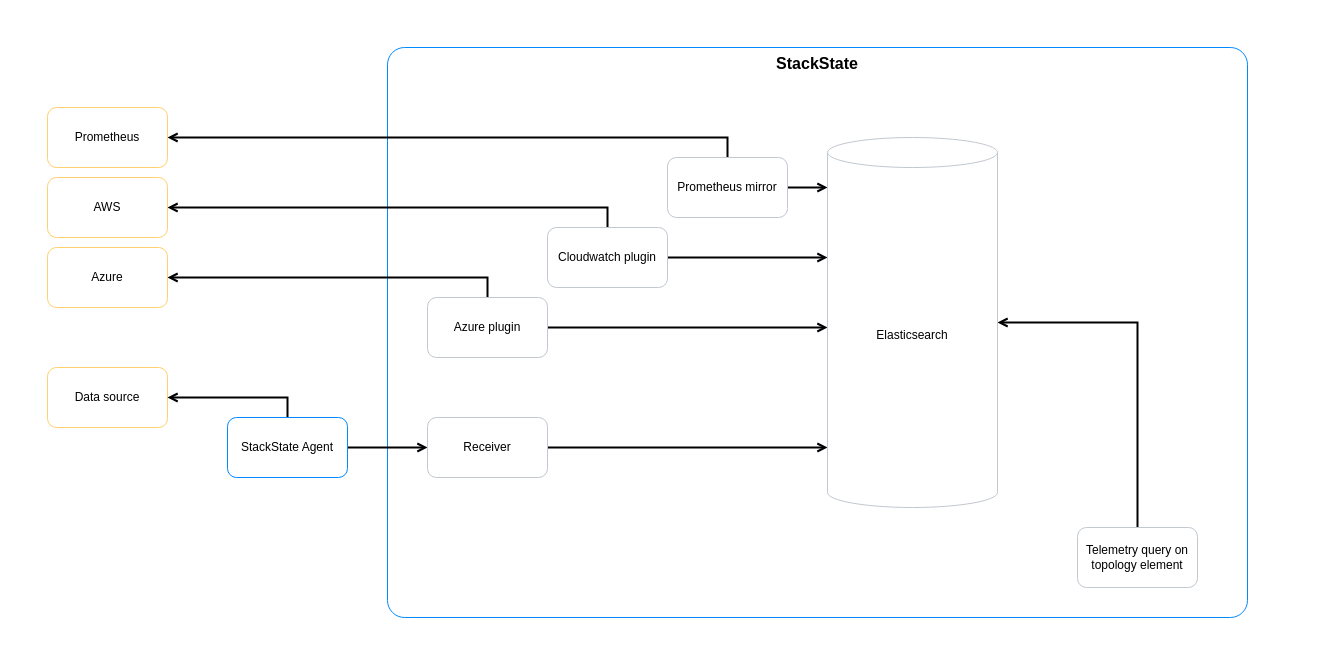
StackVista/stackstate-docs keeps this draw.io diagram as resources/drawio/telemetry-sync.drawio. Above is the earlier version. Source tidied: cells renumbered, new cells numbered last; positions are measured from the earlier drawing's top-left corner, leaving out a move shared by most shapes. Both pictures are drawn from the tidied source at 100%, with x=0, y=0 at pixel (17, 17).
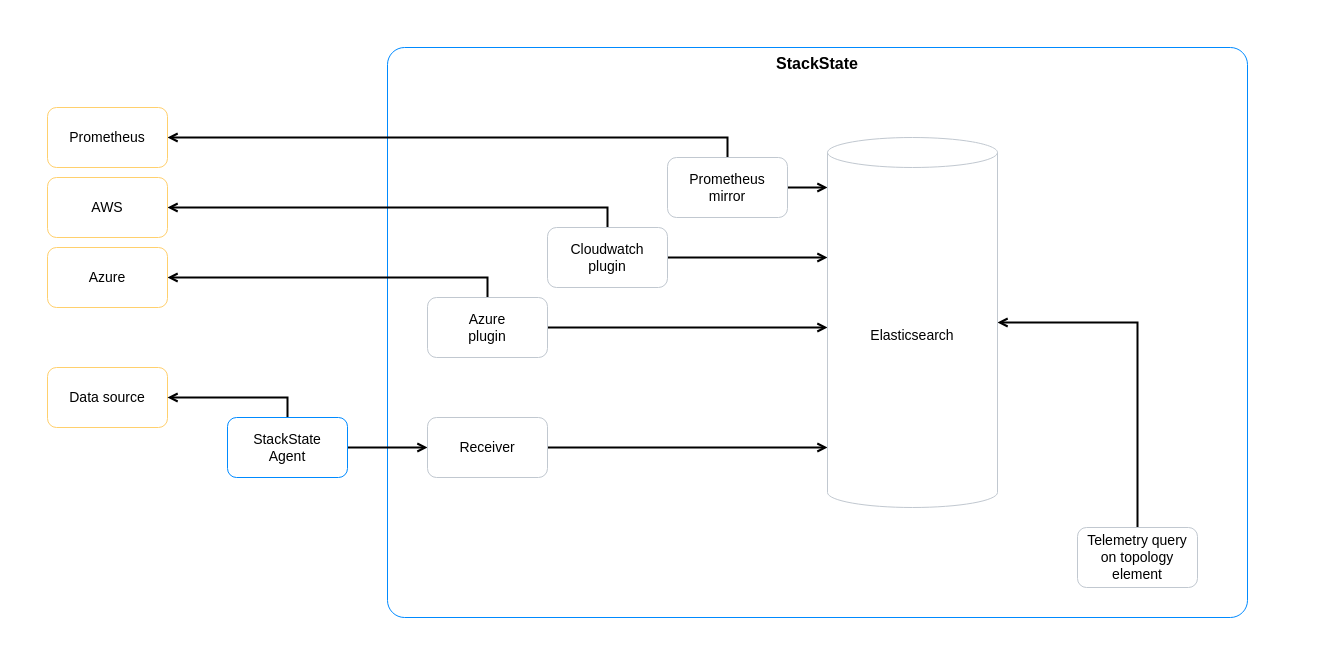
The same diagram, later.

Diff of the diagram source:
```diff
@@
-    <mxCell id="5" value="Telemetry query on topology element" style="rounded=1;whiteSpace=wrap;html=1;strokeColor=#C1C8D0;strokeWidth=1;" parent="1" vertex="1">
+    <mxCell id="5" value="Telemetry query on topology element" style="rounded=1;whiteSpace=wrap;html=1;strokeColor=#C1C8D0;strokeWidth=1;fontSize=14;" parent="1" vertex="1">
       <mxGeometry x="1060" y="510" width="120" height="60" as="geometry" />
     </mxCell>
@@
-    <mxCell id="8" value="Prometheus mirror" style="rounded=1;whiteSpace=wrap;html=1;strokeColor=#C1C8D0;strokeWidth=1;" parent="1" vertex="1">
+    <mxCell id="8" value="Prometheus&lt;br&gt;mirror" style="rounded=1;whiteSpace=wrap;html=1;strokeColor=#C1C8D0;strokeWidth=1;fontSize=14;" parent="1" vertex="1">
       <mxGeometry x="650" y="140" width="120" height="60" as="geometry" />
     </mxCell>
@@
-    <mxCell id="11" value="Cloudwatch plugin" style="rounded=1;whiteSpace=wrap;html=1;strokeColor=#C1C8D0;strokeWidth=1;" parent="1" vertex="1">
+    <mxCell id="11" value="Cloudwatch&lt;br&gt;plugin" style="rounded=1;whiteSpace=wrap;html=1;strokeColor=#C1C8D0;strokeWidth=1;fontSize=14;" parent="1" vertex="1">
       <mxGeometry x="530" y="210" width="120" height="60" as="geometry" />
     </mxCell>
@@
-    <mxCell id="14" value="Azure plugin" style="rounded=1;whiteSpace=wrap;html=1;strokeColor=#C1C8D0;strokeWidth=1;" parent="1" vertex="1">
+    <mxCell id="14" value="Azure&lt;br&gt;plugin" style="rounded=1;whiteSpace=wrap;html=1;strokeColor=#C1C8D0;strokeWidth=1;fontSize=14;" parent="1" vertex="1">
       <mxGeometry x="410" y="280" width="120" height="60" as="geometry" />
     </mxCell>
-    <mxCell id="15" value="Data source" style="rounded=1;whiteSpace=wrap;html=1;strokeWidth=1;strokeColor=#FFD06D;" parent="1" vertex="1">
+    <mxCell id="15" value="Data source" style="rounded=1;whiteSpace=wrap;html=1;strokeWidth=1;strokeColor=#FFD06D;fontSize=14;" parent="1" vertex="1">
       <mxGeometry x="30" y="350" width="120" height="60" as="geometry" />
     </mxCell>
-    <mxCell id="16" value="AWS" style="rounded=1;whiteSpace=wrap;html=1;strokeWidth=1;strokeColor=#FFD06D;" parent="1" vertex="1">
+    <mxCell id="16" value="AWS" style="rounded=1;whiteSpace=wrap;html=1;strokeWidth=1;strokeColor=#FFD06D;fontSize=14;" parent="1" vertex="1">
       <mxGeometry x="30" y="160" width="120" height="60" as="geometry" />
     </mxCell>
-    <mxCell id="17" value="Azure" style="rounded=1;whiteSpace=wrap;html=1;strokeWidth=1;strokeColor=#FFD06D;" parent="1" vertex="1">
+    <mxCell id="17" value="Azure" style="rounded=1;whiteSpace=wrap;html=1;strokeWidth=1;strokeColor=#FFD06D;fontSize=14;" parent="1" vertex="1">
       <mxGeometry x="30" y="230" width="120" height="60" as="geometry" />
     </mxCell>
@@
-    <mxCell id="20" value="StackState Agent" style="rounded=1;whiteSpace=wrap;html=1;strokeWidth=1;strokeColor=#008AFF;fontSize=12;verticalAlign=middle;" parent="1" vertex="1">
+    <mxCell id="20" value="StackState&lt;br&gt;Agent" style="rounded=1;whiteSpace=wrap;html=1;strokeWidth=1;strokeColor=#008AFF;fontSize=14;verticalAlign=middle;" parent="1" vertex="1">
       <mxGeometry x="210" y="400" width="120" height="60" as="geometry" />
     </mxCell>
@@
-    <mxCell id="22" value="Receiver" style="rounded=1;whiteSpace=wrap;html=1;strokeColor=#C1C8D0;strokeWidth=1;" parent="1" vertex="1">
+    <mxCell id="22" value="Receiver" style="rounded=1;whiteSpace=wrap;html=1;strokeColor=#C1C8D0;strokeWidth=1;fontSize=14;" parent="1" vertex="1">
       <mxGeometry x="410" y="400" width="120" height="60" as="geometry" />
     </mxCell>
-    <mxCell id="23" value="Prometheus" style="rounded=1;whiteSpace=wrap;html=1;strokeWidth=1;strokeColor=#FFD06D;" parent="1" vertex="1">
+    <mxCell id="23" value="Prometheus" style="rounded=1;whiteSpace=wrap;html=1;strokeWidth=1;strokeColor=#FFD06D;fontSize=14;" parent="1" vertex="1">
       <mxGeometry x="30" y="90" width="120" height="60" as="geometry" />
     </mxCell>
-    <mxCell id="24" value="Elasticsearch" style="shape=cylinder3;whiteSpace=wrap;html=1;boundedLbl=1;backgroundOutline=1;size=15;rounded=0;strokeColor=#C1C8D0;strokeWidth=1;" parent="1" vertex="1">
+    <mxCell id="24" value="Elasticsearch" style="shape=cylinder3;whiteSpace=wrap;html=1;boundedLbl=1;backgroundOutline=1;size=15;rounded=0;strokeColor=#C1C8D0;strokeWidth=1;fontSize=14;" parent="1" vertex="1">
       <mxGeometry x="810" y="120" width="170" height="370" as="geometry" />
     </mxCell>
```
